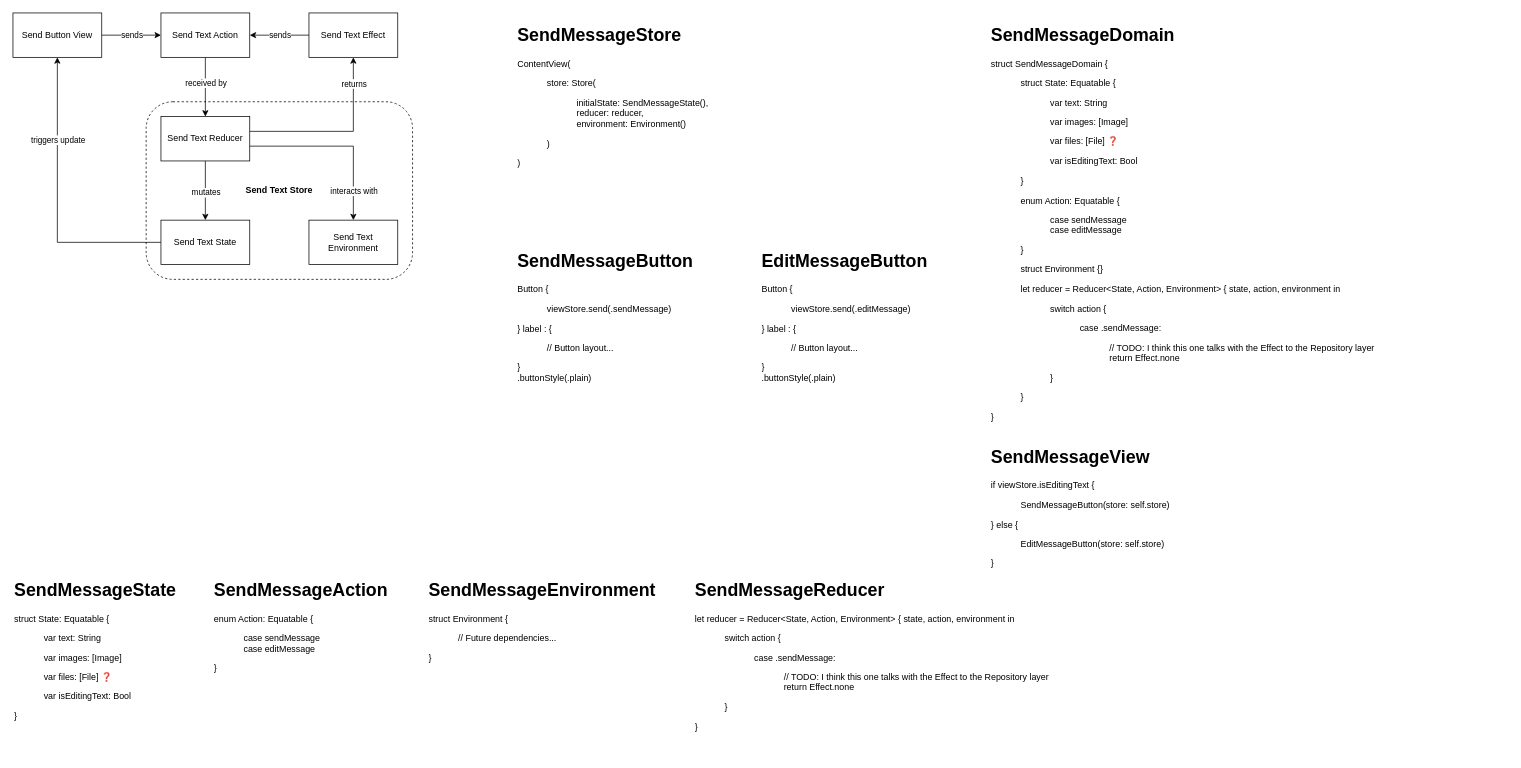
This is page "Send Message's TCA" (2 of 4) of Whole App Diagram.drawio from smashandhash/satsuma-apple, a draw.io file, before an edit. Source tidied: cells renumbered, new cells numbered last; positions are measured from the earlier drawing's top-left corner, leaving out a move shared by most shapes. Both pictures are drawn from the tidied source at 74%, with x=0, y=0 at pixel (13, 13).
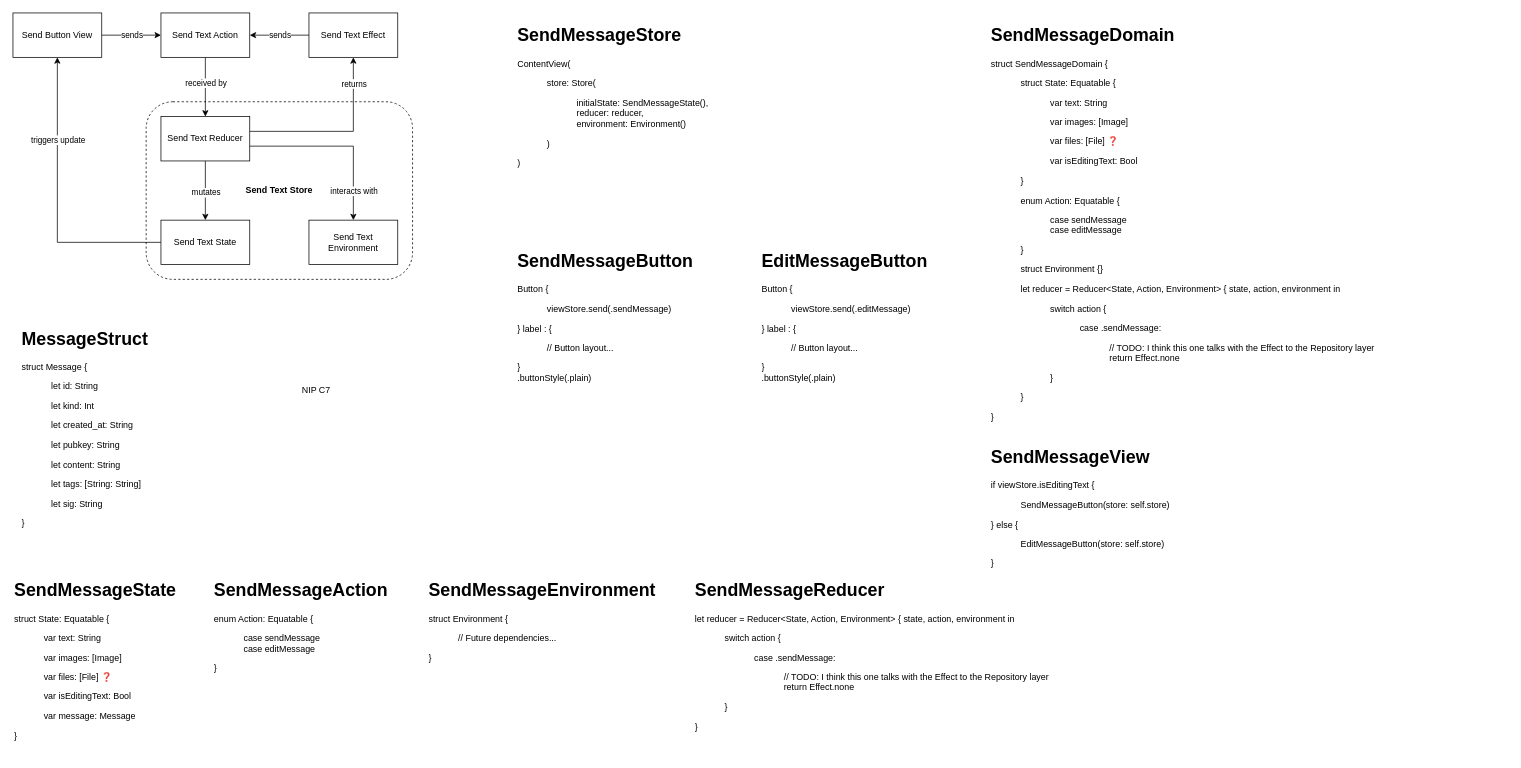
Above is the later version.

The edit, as a diff of the source:
```diff
@@
-    <mxCell id="24" value="&lt;h1 style=&quot;margin-top: 0px;&quot;&gt;SendMessageState&lt;/h1&gt;&lt;p&gt;struct State: Equatable {&lt;/p&gt;&lt;blockquote&gt;&lt;p&gt;var text: String&lt;/p&gt;&lt;p&gt;var images: [Image]&lt;/p&gt;&lt;p&gt;var files: [File] ❓&lt;/p&gt;&lt;p&gt;var isEditingText: Bool&lt;/p&gt;&lt;/blockquote&gt;&lt;p&gt;}&lt;/p&gt;" style="text;html=1;whiteSpace=wrap;overflow=hidden;rounded=0;" parent="1" vertex="1">
-      <mxGeometry y="760" width="230" height="200" as="geometry" />
+    <mxCell id="24" value="&lt;h1 style=&quot;margin-top: 0px;&quot;&gt;SendMessageState&lt;/h1&gt;&lt;p&gt;struct State: Equatable {&lt;/p&gt;&lt;blockquote&gt;&lt;p&gt;var text: String&lt;/p&gt;&lt;p&gt;var images: [Image]&lt;/p&gt;&lt;p&gt;var files: [File] ❓&lt;/p&gt;&lt;p&gt;var isEditingText: Bool&lt;/p&gt;&lt;p&gt;var message: Message&lt;/p&gt;&lt;/blockquote&gt;&lt;p&gt;}&lt;/p&gt;" style="text;html=1;whiteSpace=wrap;overflow=hidden;rounded=0;" parent="1" vertex="1">
+      <mxGeometry y="760" width="230" height="230" as="geometry" />
     </mxCell>
@@
+    <mxCell id="33" value="&lt;h1 style=&quot;margin-top: 0px;&quot;&gt;MessageStruct&lt;/h1&gt;&lt;p&gt;struct Message {&lt;/p&gt;&lt;blockquote&gt;&lt;p&gt;let id: String&lt;/p&gt;&lt;p&gt;let kind: Int&lt;/p&gt;&lt;p&gt;let created_at: String&lt;/p&gt;&lt;p&gt;let pubkey: String&lt;/p&gt;&lt;p&gt;let content: String&lt;/p&gt;&lt;p&gt;let tags: [String: String]&lt;/p&gt;&lt;p&gt;let sig: String&lt;/p&gt;&lt;/blockquote&gt;&lt;p&gt;}&lt;/p&gt;" style="text;html=1;whiteSpace=wrap;overflow=hidden;rounded=0;fontSize=12;" parent="1" vertex="1">
+      <mxGeometry x="10" y="420" width="210" height="280" as="geometry" />
+    </mxCell>
+    <mxCell id="34" value="NIP C7" style="text;html=1;whiteSpace=wrap;strokeColor=none;fillColor=none;align=center;verticalAlign=middle;rounded=0;" parent="1" vertex="1">
+      <mxGeometry x="380" y="495" width="60" height="30" as="geometry" />
+    </mxCell>
```
